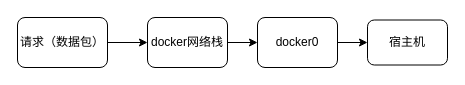
Earlier version of the draw.io diagram Untitled Diagram.drawio (Gamehu/Learning). Source tidied: cells renumbered, new cells numbered last; positions are measured from the earlier drawing's top-left corner, leaving out a move shared by most shapes. Both pictures are drawn from the tidied source at 100%, with x=0, y=0 at pixel (17, 17).
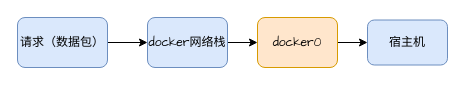
The same diagram, later.

The edit, as a diff of the source:
```diff
@@
 <mxGraphModel>
   <root>
     <mxCell id="0" />
     <mxCell id="1" parent="0" />
     <mxCell id="2" style="edgeStyle=orthogonalEdgeStyle;rounded=0;jettySize=auto;html=1;entryX=0;entryY=0.5;entryDx=0;entryDy=0;" parent="1" edge="1" source="3" target="5">
       <mxGeometry relative="1" as="geometry" />
     </mxCell>
-    <mxCell id="3" value="请求（数据包）" style="rounded=1;whiteSpace=wrap;html=1;fontSize=12;glass=0;strokeWidth=1;shadow=0;" parent="1" vertex="1">
+    <mxCell id="3" value="&lt;font face=&quot;Comic Sans MS&quot;&gt;请求（数据包）&lt;/font&gt;" style="rounded=1;whiteSpace=wrap;html=1;fontSize=12;glass=0;strokeWidth=1;shadow=0;fillColor=#dae8fc;strokeColor=#6c8ebf;" parent="1" vertex="1">
       <mxGeometry width="90" height="50" as="geometry" />
     </mxCell>
     <mxCell id="4" style="edgeStyle=orthogonalEdgeStyle;rounded=0;jettySize=auto;html=1;" parent="1" edge="1" source="5" target="7">
       <mxGeometry relative="1" as="geometry" />
     </mxCell>
-    <mxCell id="5" value="docker网络栈" style="rounded=1;whiteSpace=wrap;html=1;fontSize=12;glass=0;strokeWidth=1;shadow=0;" parent="1" vertex="1">
+    <mxCell id="5" value="&lt;font face=&quot;Comic Sans MS&quot;&gt;docker网络栈&lt;/font&gt;" style="rounded=1;whiteSpace=wrap;html=1;fontSize=12;glass=0;strokeWidth=1;shadow=0;fillColor=#dae8fc;strokeColor=#6c8ebf;" parent="1" vertex="1">
       <mxGeometry x="130" width="80" height="50" as="geometry" />
     </mxCell>
     <mxCell id="6" style="edgeStyle=orthogonalEdgeStyle;rounded=0;jettySize=auto;html=1;" parent="1" edge="1" source="7" target="8">
       <mxGeometry relative="1" as="geometry" />
     </mxCell>
-    <mxCell id="7" value="docker0" style="rounded=1;whiteSpace=wrap;html=1;fontSize=12;glass=0;strokeWidth=1;shadow=0;" parent="1" vertex="1">
+    <mxCell id="7" value="&lt;font face=&quot;Comic Sans MS&quot;&gt;docker0&lt;/font&gt;" style="rounded=1;whiteSpace=wrap;html=1;fontSize=12;glass=0;strokeWidth=1;shadow=0;fillColor=#ffe6cc;strokeColor=#d79b00;" parent="1" vertex="1">
       <mxGeometry x="240" width="80" height="50" as="geometry" />
     </mxCell>
-    <mxCell id="8" value="宿主机" style="rounded=1;whiteSpace=wrap;html=1;fontSize=12;glass=0;strokeWidth=1;shadow=0;" parent="1" vertex="1">
+    <mxCell id="8" value="&lt;font face=&quot;Comic Sans MS&quot;&gt;宿主机&lt;/font&gt;" style="rounded=1;whiteSpace=wrap;html=1;fontSize=12;glass=0;strokeWidth=1;shadow=0;fillColor=#dae8fc;strokeColor=#6c8ebf;" parent="1" vertex="1">
       <mxGeometry x="350" y="2.5" width="80" height="45" as="geometry" />
     </mxCell>
   </root>
 </mxGraphModel>
```
